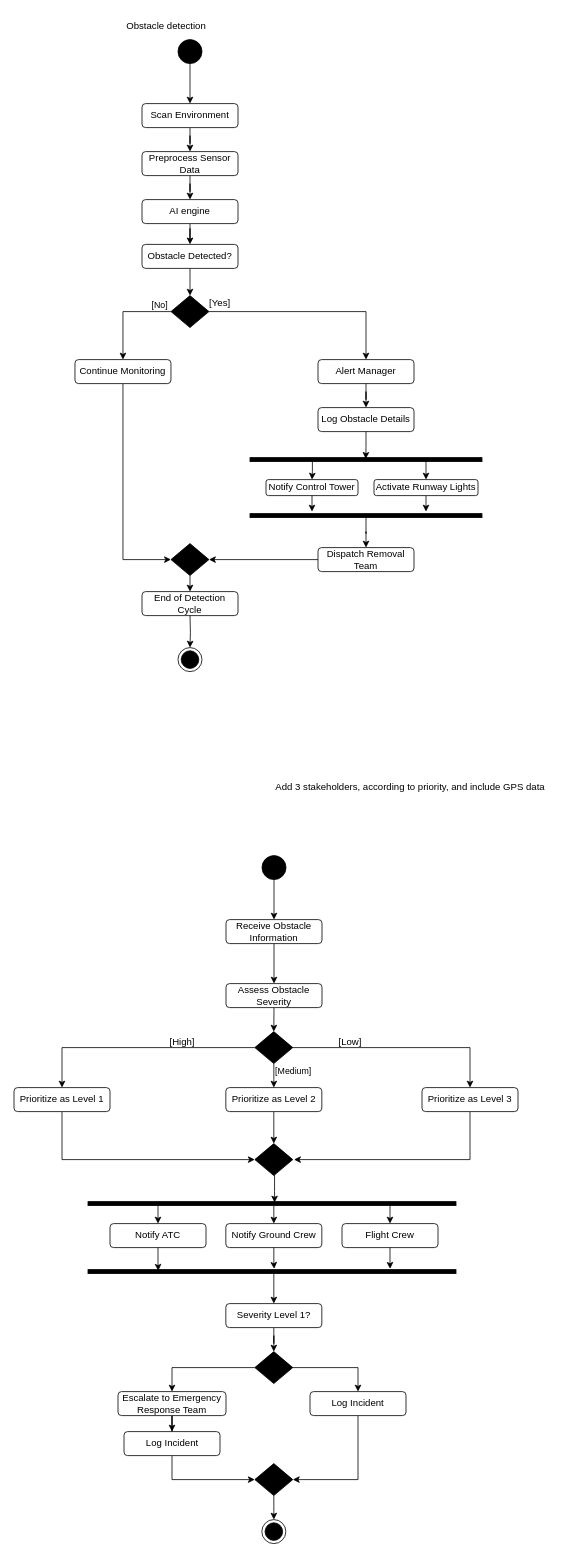
The draw.io diagram activity_diag.drawio in varuneranki/MBSE, before the edit. Source tidied: cells renumbered, new cells numbered last; positions are measured from the earlier drawing's top-left corner, leaving out a move shared by most shapes. Both pictures are drawn from the tidied source at 80%, with x=0, y=0 at pixel (14, 14).
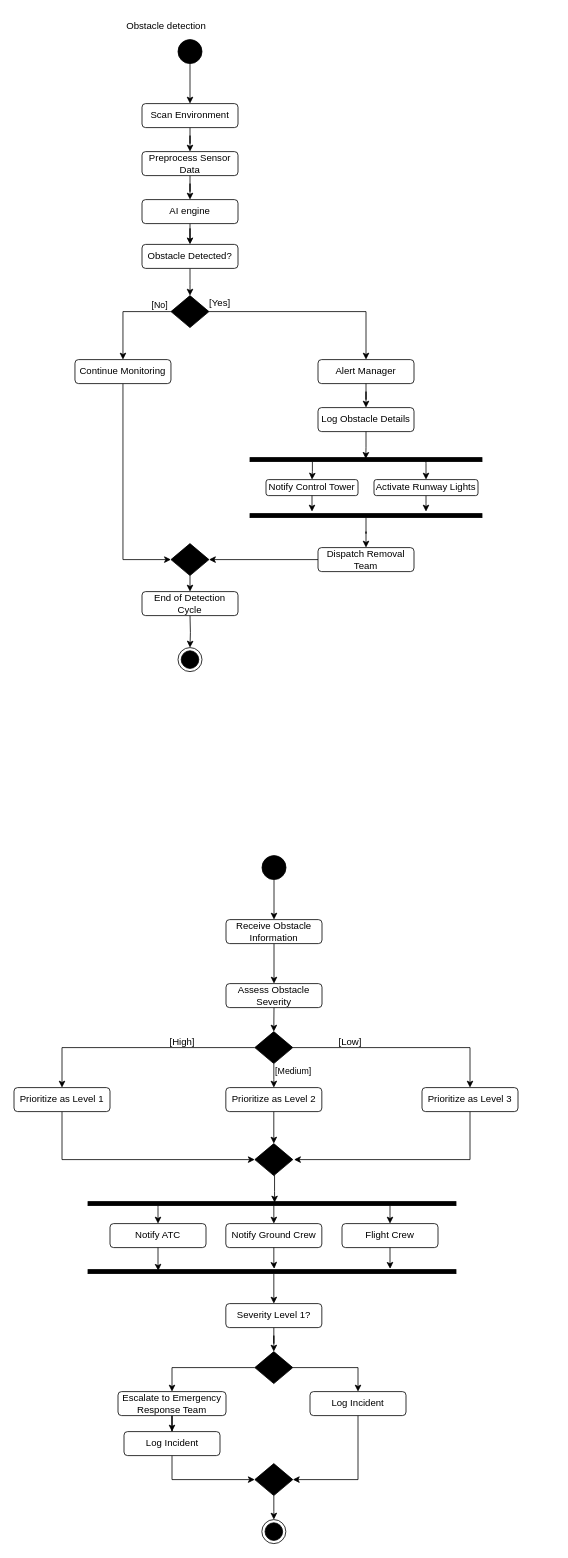
The same diagram, later.

What changed in the source:
```diff
@@
-    <mxCell id="21" value="Add 3 stakeholders, according to priority, and include GPS data" style="text;html=1;align=center;verticalAlign=middle;strokeColor=none;fillColor=none;" parent="1" vertex="1">
-      <mxGeometry x="315" y="952" width="360" height="30" as="geometry" />
-    </mxCell>
```
